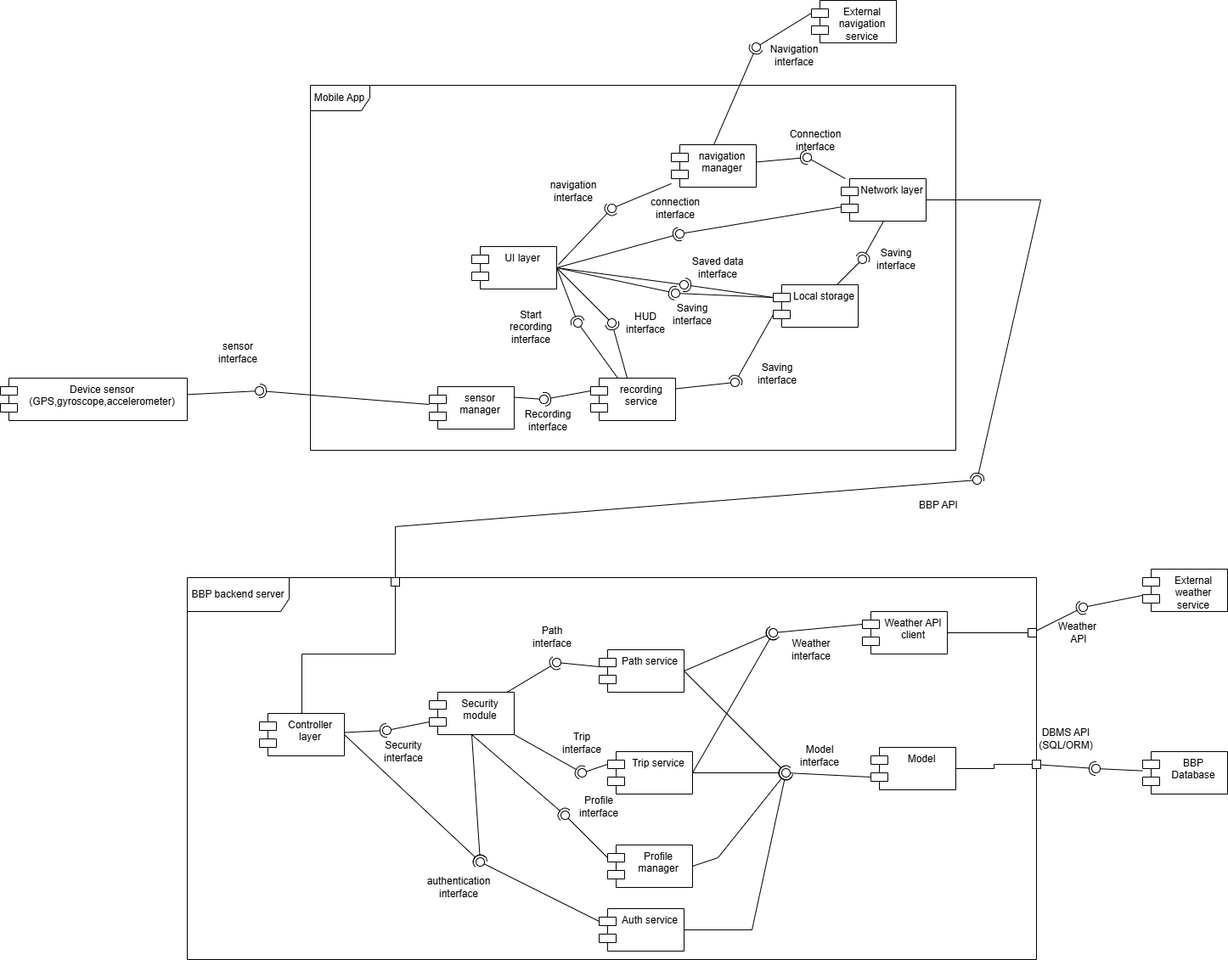
Earlier version of the draw.io export DD/LaTeXCode/images/componentDiagrams/Component_diagram-Complete_low_level_diagram.drawio.png (jacopobellosi/Bellosi-Montanelli-Tempobono). Source tidied: cells renumbered, new cells last; positions are measured from the earlier drawing's top-left corner, leaving out a move shared by most shapes.
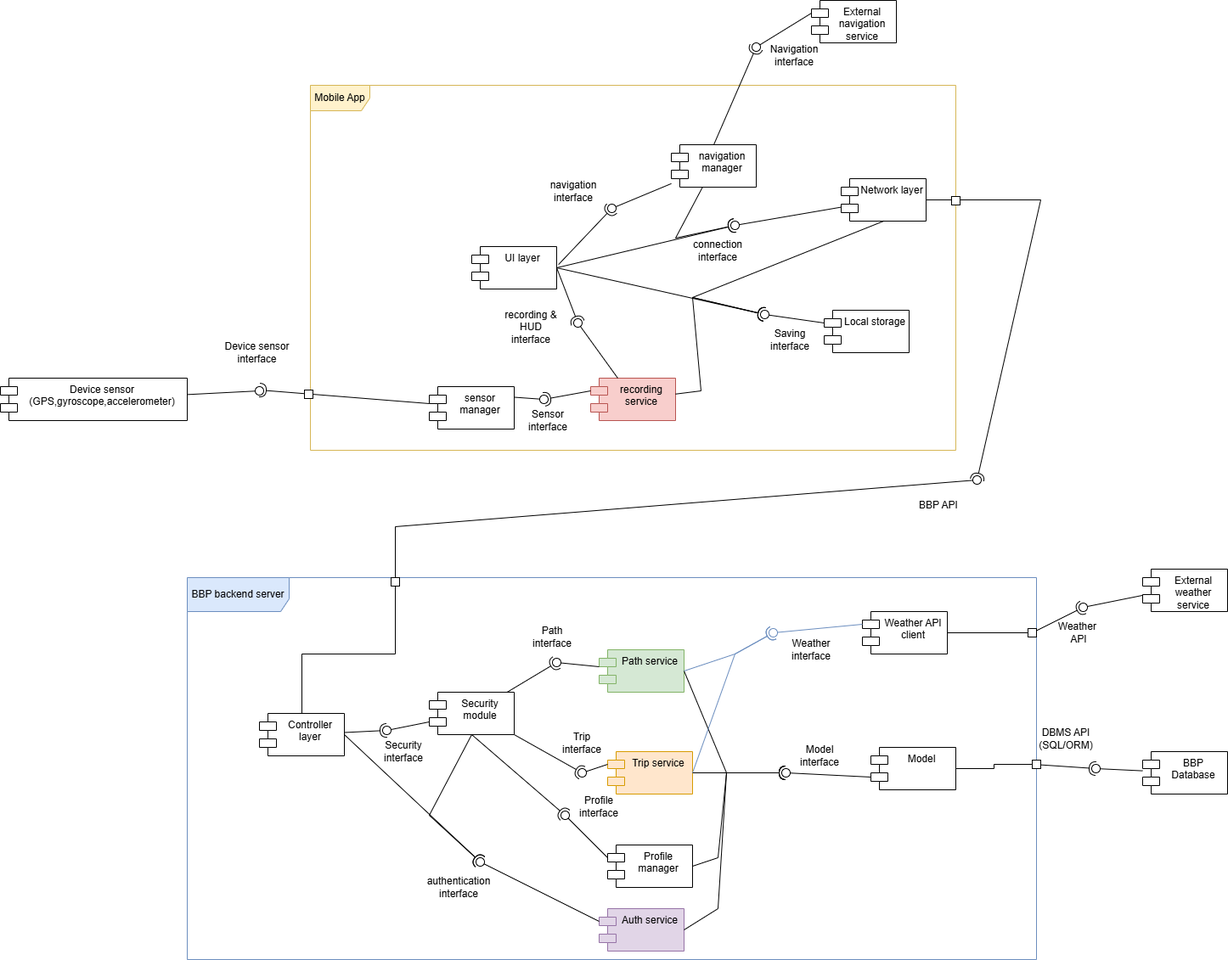
The same diagram one commit later.

The edit, as a diff of the source:
```diff
@@ -4,3 +4,3 @@
     <mxCell id="1" parent="0" />
-    <mxCell id="2" value="BBP backend server" style="shape=umlFrame;whiteSpace=wrap;html=1;width=120;height=40;" parent="1" vertex="1">
+    <mxCell id="2" value="BBP backend server" style="shape=umlFrame;whiteSpace=wrap;html=1;width=120;height=40;fillColor=#dae8fc;strokeColor=#6c8ebf;" parent="1" vertex="1">
       <mxGeometry x="220" y="680" width="1000" height="450" as="geometry" />
@@ -58,4 +58,4 @@
     </mxCell>
-    <mxCell id="20" value="sensor interface" style="text;html=1;whiteSpace=wrap;strokeColor=none;fillColor=none;align=center;verticalAlign=middle;rounded=0;" parent="1" vertex="1">
-      <mxGeometry x="250" y="400" width="60" height="30" as="geometry" />
+    <mxCell id="20" value="Device sensor interface" style="text;html=1;whiteSpace=wrap;strokeColor=none;fillColor=none;align=center;verticalAlign=middle;rounded=0;" parent="1" vertex="1">
+      <mxGeometry x="250" y="400" width="105" height="30" as="geometry" />
     </mxCell>
@@ -82,3 +82,3 @@
     </mxCell>
-    <mxCell id="28" value="Auth service" style="shape=module;align=left;spacingLeft=20;align=center;verticalAlign=top;whiteSpace=wrap;html=1;" parent="1" vertex="1">
+    <mxCell id="28" value="Auth service" style="shape=module;align=left;spacingLeft=20;align=center;verticalAlign=top;whiteSpace=wrap;html=1;fillColor=#e1d5e7;strokeColor=#9673a6;" parent="1" vertex="1">
       <mxGeometry x="705" y="1070" width="100" height="50" as="geometry" />
@@ -88,6 +88,6 @@
     </mxCell>
-    <mxCell id="30" value="Path service" style="shape=module;align=left;spacingLeft=20;align=center;verticalAlign=top;whiteSpace=wrap;html=1;" parent="1" vertex="1">
+    <mxCell id="30" value="Path service" style="shape=module;align=left;spacingLeft=20;align=center;verticalAlign=top;whiteSpace=wrap;html=1;fillColor=#d5e8d4;strokeColor=#82b366;" parent="1" vertex="1">
       <mxGeometry x="705" y="765" width="100" height="50" as="geometry" />
     </mxCell>
-    <mxCell id="31" value="Trip service" style="shape=module;align=left;spacingLeft=20;align=center;verticalAlign=top;whiteSpace=wrap;html=1;" parent="1" vertex="1">
+    <mxCell id="31" value="Trip service" style="shape=module;align=left;spacingLeft=20;align=center;verticalAlign=top;whiteSpace=wrap;html=1;fillColor=#ffe6cc;strokeColor=#d79b00;" parent="1" vertex="1">
       <mxGeometry x="715" y="885" width="100" height="50" as="geometry" />
@@ -163,3 +163,4 @@
         <Array as="points">
-          <mxPoint x="885" y="1095" />
+          <mxPoint x="845" y="1070" />
+          <mxPoint x="855" y="910" />
         </Array>
@@ -178,2 +179,5 @@
         <mxPoint x="925" y="910" as="targetPoint" />
+        <Array as="points">
+          <mxPoint x="855" y="910" />
+        </Array>
       </mxGeometry>
@@ -191,6 +195,10 @@
     </mxCell>
-    <mxCell id="55" style="rounded=0;jettySize=auto;html=1;endArrow=halfCircle;endFill=0;endSize=6;strokeWidth=1;sketch=0;exitX=1;exitY=0.5;exitDx=0;exitDy=0;fillColor=#fff2cc;strokeColor=light-dark(#000000, #6d5100);" parent="1" edge="1" source="30" target="57">
-      <mxGeometry relative="1" as="geometry" />
+    <mxCell id="55" style="rounded=0;jettySize=auto;html=1;endArrow=halfCircle;endFill=0;endSize=6;strokeWidth=1;sketch=0;exitX=1;exitY=0.5;exitDx=0;exitDy=0;fillColor=#dae8fc;strokeColor=#6c8ebf;" parent="1" edge="1" source="30" target="57">
+      <mxGeometry relative="1" as="geometry">
+        <Array as="points">
+          <mxPoint x="865" y="770" />
+        </Array>
+      </mxGeometry>
     </mxCell>
-    <mxCell id="56" style="rounded=0;jettySize=auto;html=1;endArrow=oval;endFill=0;sketch=0;sourcePerimeterSpacing=0;targetPerimeterSpacing=0;endSize=10;exitX=0;exitY=0;exitDx=0;exitDy=15;exitPerimeter=0;fillColor=#fff2cc;strokeColor=light-dark(#000000, #6d5100);" parent="1" edge="1" source="32" target="57">
+    <mxCell id="56" style="rounded=0;jettySize=auto;html=1;endArrow=oval;endFill=0;sketch=0;sourcePerimeterSpacing=0;targetPerimeterSpacing=0;endSize=10;exitX=0;exitY=0;exitDx=0;exitDy=15;exitPerimeter=0;fillColor=#dae8fc;strokeColor=#6c8ebf;" parent="1" edge="1" source="32" target="57">
       <mxGeometry relative="1" as="geometry" />
@@ -213,2 +221,5 @@
     </mxCell>
+    <mxCell id="62" value="Mobile App" style="shape=umlFrame;whiteSpace=wrap;html=1;width=70;height=30;fillColor=#fff2cc;strokeColor=#d6b656;gradientColor=none;swimlaneFillColor=none;fillStyle=auto;" parent="1" vertex="1">
+      <mxGeometry x="365" y="100" width="760" height="430" as="geometry" />
+    </mxCell>
     <mxCell id="61" style="ellipse;whiteSpace=wrap;html=1;align=center;fillColor=none;strokeColor=none;perimeter=centerPerimeter;" parent="1" vertex="1">
@@ -216,5 +227,2 @@
     </mxCell>
-    <mxCell id="62" value="Mobile App" style="shape=umlFrame;whiteSpace=wrap;html=1;width=70;height=30;" parent="1" vertex="1">
-      <mxGeometry x="365" y="100" width="760" height="430" as="geometry" />
-    </mxCell>
     <mxCell id="63" value="UI layer" style="shape=module;align=left;spacingLeft=20;align=center;verticalAlign=top;whiteSpace=wrap;html=1;" parent="1" vertex="1">
@@ -222,3 +230,3 @@
     </mxCell>
-    <mxCell id="64" value="recording&lt;br&gt;service" style="shape=module;align=left;spacingLeft=20;align=center;verticalAlign=top;whiteSpace=wrap;html=1;" parent="1" vertex="1">
+    <mxCell id="64" value="recording&lt;br&gt;service" style="shape=module;align=left;spacingLeft=20;align=center;verticalAlign=top;whiteSpace=wrap;html=1;fillColor=#f8cecc;strokeColor=#b85450;" parent="1" vertex="1">
       <mxGeometry x="695" y="445" width="100" height="50" as="geometry" />
@@ -235,3 +243,3 @@
     <mxCell id="68" value="Local storage" style="shape=module;align=left;spacingLeft=20;align=center;verticalAlign=top;whiteSpace=wrap;html=1;" parent="1" vertex="1">
-      <mxGeometry x="910" y="335" width="100" height="50" as="geometry" />
+      <mxGeometry x="970" y="365" width="100" height="50" as="geometry" />
     </mxCell>
@@ -253,3 +261,3 @@
     <mxCell id="74" style="ellipse;whiteSpace=wrap;html=1;align=center;fillColor=none;strokeColor=none;perimeter=centerPerimeter;points=[];outlineConnect=1;" parent="1" vertex="1">
-      <mxGeometry x="795" y="270" width="10" height="10" as="geometry" />
+      <mxGeometry x="860" y="260" width="10" height="10" as="geometry" />
     </mxCell>
@@ -271,3 +279,3 @@
     <mxCell id="80" style="ellipse;whiteSpace=wrap;html=1;align=center;fillColor=none;strokeColor=none;perimeter=centerPerimeter;points=[];outlineConnect=1;" parent="1" vertex="1">
-      <mxGeometry x="790" y="340" width="10" height="10" as="geometry" />
+      <mxGeometry x="895" y="365" width="10" height="10" as="geometry" />
     </mxCell>
@@ -285,8 +293,2 @@
     </mxCell>
-    <mxCell id="85" style="rounded=0;jettySize=auto;html=1;endArrow=halfCircle;endFill=0;endSize=6;strokeWidth=1;sketch=0;exitX=0;exitY=0;exitDx=0;exitDy=15;exitPerimeter=0;" parent="1" edge="1" source="68" target="87">
-      <mxGeometry relative="1" as="geometry" />
-    </mxCell>
-    <mxCell id="86" style="rounded=0;jettySize=auto;html=1;endArrow=oval;endFill=0;sketch=0;sourcePerimeterSpacing=0;targetPerimeterSpacing=0;endSize=10;exitX=1;exitY=0.5;exitDx=0;exitDy=0;" parent="1" edge="1" source="63" target="87">
-      <mxGeometry relative="1" as="geometry" />
-    </mxCell>
     <mxCell id="87" style="ellipse;whiteSpace=wrap;html=1;align=center;fillColor=none;strokeColor=none;perimeter=centerPerimeter;points=[];outlineConnect=1;" parent="1" vertex="1">
@@ -294,8 +296,9 @@
     </mxCell>
-    <mxCell id="88" style="rounded=0;jettySize=auto;html=1;endArrow=halfCircle;endFill=0;endSize=6;strokeWidth=1;sketch=0;" parent="1" edge="1" source="66" target="90">
-      <mxGeometry relative="1" as="geometry" />
+    <mxCell id="88" style="rounded=0;jettySize=auto;html=1;endArrow=halfCircle;endFill=0;endSize=6;strokeWidth=1;sketch=0;entryX=0.757;entryY=0.928;entryDx=0;entryDy=0;entryPerimeter=0;" parent="1" edge="1" source="66" target="74">
+      <mxGeometry relative="1" as="geometry">
+        <Array as="points">
+          <mxPoint x="795" y="280" />
+        </Array>
+      </mxGeometry>
     </mxCell>
-    <mxCell id="89" style="rounded=0;jettySize=auto;html=1;endArrow=oval;endFill=0;sketch=0;sourcePerimeterSpacing=0;targetPerimeterSpacing=0;endSize=10;" parent="1" edge="1" source="67" target="90">
-      <mxGeometry relative="1" as="geometry" />
-    </mxCell>
     <mxCell id="90" style="ellipse;whiteSpace=wrap;html=1;align=center;fillColor=none;strokeColor=none;perimeter=centerPerimeter;points=[];outlineConnect=1;" parent="1" vertex="1">
@@ -303,8 +306,10 @@
     </mxCell>
-    <mxCell id="91" style="rounded=0;jettySize=auto;html=1;endArrow=halfCircle;endFill=0;endSize=6;strokeWidth=1;sketch=0;exitX=0;exitY=0;exitDx=0;exitDy=35;exitPerimeter=0;" parent="1" edge="1" source="68" target="93">
-      <mxGeometry relative="1" as="geometry" />
+    <mxCell id="91" style="rounded=0;jettySize=auto;html=1;endArrow=halfCircle;endFill=0;endSize=6;strokeWidth=1;sketch=0;entryX=0.353;entryY=0.713;entryDx=0;entryDy=0;entryPerimeter=0;" parent="1" edge="1" source="64" target="80">
+      <mxGeometry relative="1" as="geometry">
+        <Array as="points">
+          <mxPoint x="825" y="460" />
+          <mxPoint x="815" y="350" />
+        </Array>
+      </mxGeometry>
     </mxCell>
-    <mxCell id="92" style="rounded=0;jettySize=auto;html=1;endArrow=oval;endFill=0;sketch=0;sourcePerimeterSpacing=0;targetPerimeterSpacing=0;endSize=10;exitX=1;exitY=0.25;exitDx=0;exitDy=0;" parent="1" edge="1" source="64" target="93">
-      <mxGeometry relative="1" as="geometry" />
-    </mxCell>
     <mxCell id="93" style="ellipse;whiteSpace=wrap;html=1;align=center;fillColor=none;strokeColor=none;perimeter=centerPerimeter;points=[];outlineConnect=1;" parent="1" vertex="1">
@@ -312,8 +317,9 @@
     </mxCell>
-    <mxCell id="94" style="rounded=0;jettySize=auto;html=1;endArrow=halfCircle;endFill=0;endSize=6;strokeWidth=1;sketch=0;exitX=0.5;exitY=1;exitDx=0;exitDy=0;" parent="1" edge="1" source="67" target="96">
-      <mxGeometry relative="1" as="geometry" />
+    <mxCell id="94" style="rounded=0;jettySize=auto;html=1;endArrow=halfCircle;endFill=0;endSize=6;strokeWidth=1;sketch=0;exitX=0.5;exitY=1;exitDx=0;exitDy=0;entryX=-0.073;entryY=0.927;entryDx=0;entryDy=0;entryPerimeter=0;" parent="1" edge="1" source="67" target="80">
+      <mxGeometry relative="1" as="geometry">
+        <Array as="points">
+          <mxPoint x="815" y="350" />
+        </Array>
+      </mxGeometry>
     </mxCell>
-    <mxCell id="95" style="rounded=0;jettySize=auto;html=1;endArrow=oval;endFill=0;sketch=0;sourcePerimeterSpacing=0;targetPerimeterSpacing=0;endSize=10;exitX=0.75;exitY=0;exitDx=0;exitDy=0;" parent="1" edge="1" source="68" target="96">
-      <mxGeometry relative="1" as="geometry" />
-    </mxCell>
     <mxCell id="96" style="ellipse;whiteSpace=wrap;html=1;align=center;fillColor=none;strokeColor=none;perimeter=centerPerimeter;points=[];outlineConnect=1;" parent="1" vertex="1">
@@ -338,4 +344,7 @@
     </mxCell>
-    <mxCell id="100" style="rounded=0;jettySize=auto;html=1;endArrow=halfCircle;endFill=0;endSize=6;strokeWidth=1;sketch=0;" parent="1" edge="1" source="65" target="102">
-      <mxGeometry relative="1" as="geometry" />
+    <mxCell id="100" style="rounded=0;orthogonalLoop=1;jettySize=auto;html=1;endArrow=halfCircle;endFill=0;endSize=6;strokeWidth=1;sketch=0;" parent="1" edge="1">
+      <mxGeometry relative="1" as="geometry">
+        <mxPoint x="505" y="475" as="sourcePoint" />
+        <mxPoint x="305" y="459" as="targetPoint" />
+      </mxGeometry>
     </mxCell>
@@ -356,8 +365,2 @@
     </mxCell>
-    <mxCell id="106" style="rounded=0;jettySize=auto;html=1;endArrow=halfCircle;endFill=0;endSize=6;strokeWidth=1;sketch=0;" parent="1" edge="1" source="64" target="108">
-      <mxGeometry relative="1" as="geometry" />
-    </mxCell>
-    <mxCell id="107" style="rounded=0;jettySize=auto;html=1;endArrow=oval;endFill=0;sketch=0;sourcePerimeterSpacing=0;targetPerimeterSpacing=0;endSize=10;exitX=1;exitY=0.5;exitDx=0;exitDy=0;" parent="1" edge="1" source="63" target="108">
-      <mxGeometry relative="1" as="geometry" />
-    </mxCell>
     <mxCell id="108" style="ellipse;whiteSpace=wrap;html=1;align=center;fillColor=none;strokeColor=none;perimeter=centerPerimeter;points=[];outlineConnect=1;" parent="1" vertex="1">
@@ -375,3 +378,7 @@
     <mxCell id="112" style="rounded=0;jettySize=auto;html=1;endArrow=halfCircle;endFill=0;endSize=6;strokeWidth=1;sketch=0;exitX=0.5;exitY=1;exitDx=0;exitDy=0;" parent="1" edge="1" source="58" target="38">
-      <mxGeometry relative="1" as="geometry" />
+      <mxGeometry relative="1" as="geometry">
+        <Array as="points">
+          <mxPoint x="505" y="960" />
+        </Array>
+      </mxGeometry>
     </mxCell>
@@ -385,2 +392,3 @@
           <mxPoint x="845" y="1010" />
+          <mxPoint x="855" y="910" />
         </Array>
@@ -388,22 +396,13 @@
     </mxCell>
-    <mxCell id="115" value="HUD interface" style="text;html=1;whiteSpace=wrap;strokeColor=none;fillColor=none;align=center;verticalAlign=middle;rounded=0;" parent="1" vertex="1">
-      <mxGeometry x="730" y="365" width="60" height="30" as="geometry" />
-    </mxCell>
-    <mxCell id="116" value="Start recording interface" style="text;html=1;whiteSpace=wrap;strokeColor=none;fillColor=none;align=center;verticalAlign=middle;rounded=0;" parent="1" vertex="1">
+    <mxCell id="116" value="recording &amp;amp; HUD&lt;br&gt;interface" style="text;html=1;whiteSpace=wrap;strokeColor=none;fillColor=none;align=center;verticalAlign=middle;rounded=0;" parent="1" vertex="1">
       <mxGeometry x="585" y="370" width="80" height="30" as="geometry" />
     </mxCell>
-    <mxCell id="117" value="Recording interface" style="text;html=1;whiteSpace=wrap;strokeColor=none;fillColor=none;align=center;verticalAlign=middle;rounded=0;" parent="1" vertex="1">
+    <mxCell id="117" value="Sensor&lt;br&gt;interface" style="text;html=1;whiteSpace=wrap;strokeColor=none;fillColor=none;align=center;verticalAlign=middle;rounded=0;" parent="1" vertex="1">
       <mxGeometry x="615" y="480" width="60" height="30" as="geometry" />
     </mxCell>
-    <mxCell id="118" value="Saving&lt;br&gt;interface" style="text;html=1;whiteSpace=wrap;strokeColor=none;fillColor=none;align=center;verticalAlign=middle;rounded=0;" parent="1" vertex="1">
-      <mxGeometry x="885" y="425" width="60" height="30" as="geometry" />
-    </mxCell>
     <mxCell id="119" value="Saving&lt;br&gt;interface" style="text;html=1;whiteSpace=wrap;strokeColor=none;fillColor=none;align=center;verticalAlign=middle;rounded=0;" parent="1" vertex="1">
-      <mxGeometry x="785" y="355" width="60" height="30" as="geometry" />
+      <mxGeometry x="900" y="385" width="60" height="30" as="geometry" />
     </mxCell>
-    <mxCell id="120" value="Saved data interface" style="text;html=1;whiteSpace=wrap;strokeColor=none;fillColor=none;align=center;verticalAlign=middle;rounded=0;" parent="1" vertex="1">
-      <mxGeometry x="800" y="300" width="90" height="30" as="geometry" />
-    </mxCell>
     <mxCell id="121" value="connection&lt;br&gt;interface" style="text;html=1;whiteSpace=wrap;strokeColor=none;fillColor=none;align=center;verticalAlign=middle;rounded=0;" parent="1" vertex="1">
-      <mxGeometry x="765" y="230" width="60" height="30" as="geometry" />
+      <mxGeometry x="815" y="280" width="60" height="30" as="geometry" />
     </mxCell>
@@ -412,8 +411,2 @@
     </mxCell>
-    <mxCell id="123" value="Connection interface" style="text;html=1;whiteSpace=wrap;strokeColor=none;fillColor=none;align=center;verticalAlign=middle;rounded=0;" parent="1" vertex="1">
-      <mxGeometry x="930" y="150" width="60" height="30" as="geometry" />
-    </mxCell>
-    <mxCell id="124" value="Saving interface" style="text;html=1;whiteSpace=wrap;strokeColor=none;fillColor=none;align=center;verticalAlign=middle;rounded=0;" parent="1" vertex="1">
-      <mxGeometry x="1025" y="290" width="60" height="30" as="geometry" />
-    </mxCell>
     <mxCell id="125" value="Profile&lt;br&gt;interface" style="text;html=1;whiteSpace=wrap;strokeColor=none;fillColor=none;align=center;verticalAlign=middle;rounded=0;" parent="1" vertex="1">
@@ -436,4 +429,8 @@
     </mxCell>
-    <mxCell id="131" style="rounded=0;jettySize=auto;html=1;endArrow=halfCircle;endFill=0;endSize=6;strokeWidth=1;sketch=0;exitX=1;exitY=0.5;exitDx=0;exitDy=0;fillColor=#fff2cc;strokeColor=light-dark(#000000, #6d5100);entryX=0.172;entryY=0.657;entryDx=0;entryDy=0;entryPerimeter=0;" parent="1" edge="1" source="31" target="57">
-      <mxGeometry relative="1" as="geometry" />
+    <mxCell id="131" style="rounded=0;jettySize=auto;html=1;endArrow=halfCircle;endFill=0;endSize=6;strokeWidth=1;sketch=0;exitX=1;exitY=0.5;exitDx=0;exitDy=0;fillColor=#dae8fc;strokeColor=#6c8ebf;entryX=0.172;entryY=0.657;entryDx=0;entryDy=0;entryPerimeter=0;" parent="1" edge="1" source="31" target="57">
+      <mxGeometry relative="1" as="geometry">
+        <Array as="points">
+          <mxPoint x="865" y="770" />
+        </Array>
+      </mxGeometry>
     </mxCell>
@@ -442,2 +439,8 @@
     </mxCell>
+    <mxCell id="133" style="rounded=0;whiteSpace=wrap;html=1;" parent="1" vertex="1">
+      <mxGeometry x="358" y="459" width="10" height="10" as="geometry" />
+    </mxCell>
+    <mxCell id="134" style="rounded=0;whiteSpace=wrap;html=1;" parent="1" vertex="1">
+      <mxGeometry x="1120" y="231" width="10" height="10" as="geometry" />
+    </mxCell>
   </root>
```
